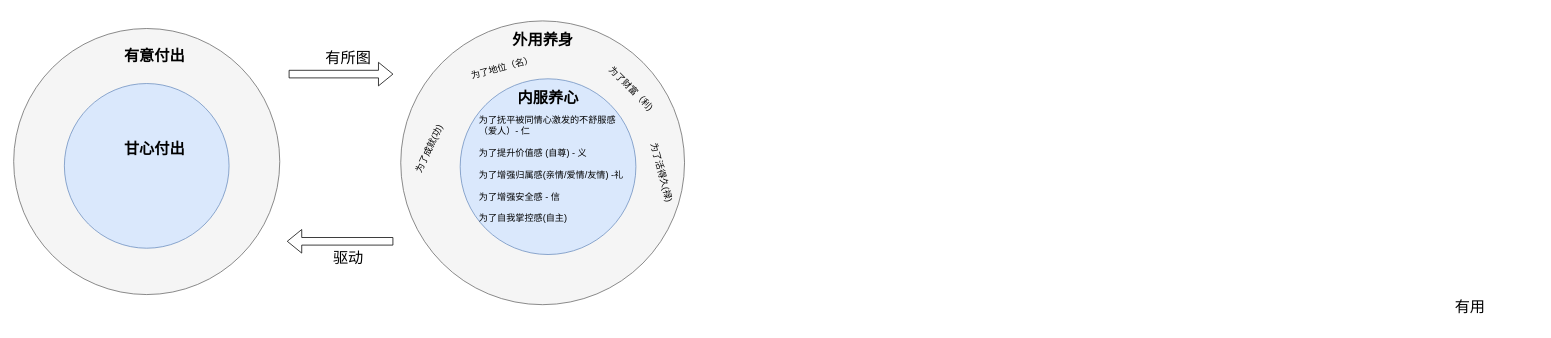
Earlier version of the draw.io diagram page "第 3 页" (3 of 3) of 十日谈.drawio (mashifei/uml). Source tidied: cells renumbered, new cells numbered last; positions are measured from the earlier drawing's top-left corner, leaving out a move shared by most shapes. Both pictures are drawn from the tidied source at 76%, with x=0, y=0 at pixel (13, 21).
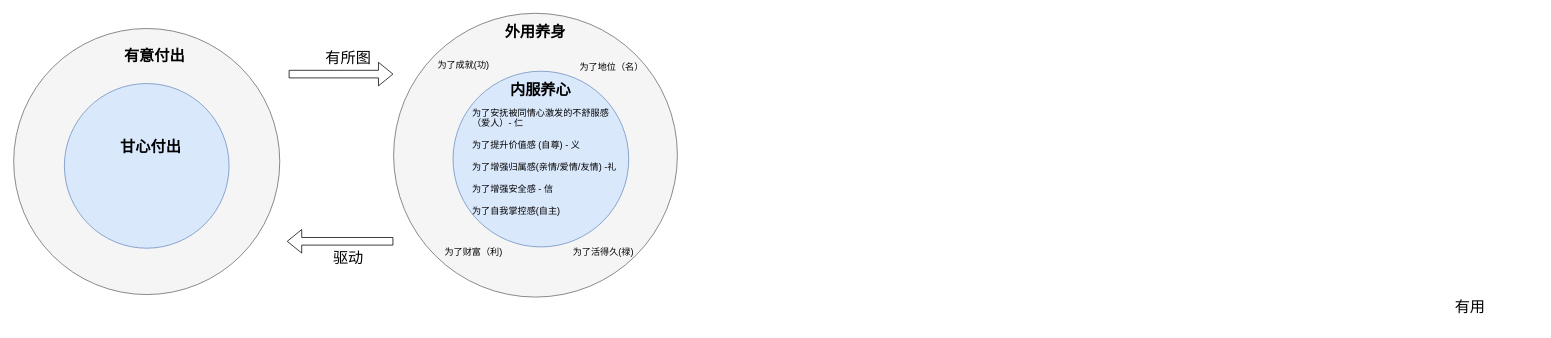
Above is the later version.

Unchanged cells that the change refers to:
```xml
<mxCell id="13" style="group;fontSize=19;" parent="1" vertex="1">
  <mxGeometry y="10" width="350.6" height="380" as="geometry" />
</mxCell>
```

What changed in the source:
```diff
@@
-    <mxCell id="3" style="group;" parent="1" vertex="1">
-      <mxGeometry x="502.4" width="417.6" height="400" as="geometry" />
+    <mxCell id="3" style="group;labelBorderColor=none;" parent="1" vertex="1">
+      <mxGeometry x="493" y="-10" width="417.6" height="400" as="geometry" />
     </mxCell>
@@
-    <mxCell id="8" value="&lt;br&gt;&lt;br&gt;为了抚平被同情心激发的不舒服感&lt;br&gt;（爱人）- 仁&lt;br&gt;&lt;br&gt;为了提升价值感 (自尊) - 义&lt;br&gt;&lt;br&gt;为了增强归属感(亲情/爱情/友情) -礼&lt;br&gt;&lt;br&gt;为了增强安全感 - 信&lt;br&gt;&lt;br&gt;为了自我掌控感(自主)&amp;nbsp;" style="text;html=1;strokeColor=none;fillColor=none;align=left;verticalAlign=middle;whiteSpace=wrap;rounded=0;strokeWidth=2;horizontal=1;spacingTop=5;spacing=4;spacingLeft=2;" parent="3" vertex="1">
+    <mxCell id="8" value="&lt;br&gt;&lt;br&gt;为了安抚被同情心激发的不舒服感&lt;br&gt;（爱人）- 仁&lt;br&gt;&lt;br&gt;为了提升价值感 (自尊) - 义&lt;br&gt;&lt;br&gt;为了增强归属感(亲情/爱情/友情) -礼&lt;br&gt;&lt;br&gt;为了增强安全感 - 信&lt;br&gt;&lt;br&gt;为了自我掌控感(自主)&amp;nbsp;" style="text;html=1;strokeColor=none;fillColor=none;align=left;verticalAlign=middle;whiteSpace=wrap;rounded=0;strokeWidth=2;horizontal=1;spacingTop=5;spacing=4;spacingLeft=2;" parent="3" vertex="1">
       <mxGeometry x="104.7" y="114.3" width="219.9" height="127.6" as="geometry" />
     </mxCell>
-    <mxCell id="9" value="为了成就(功)&amp;nbsp; &amp;nbsp; &amp;nbsp; &amp;nbsp; &amp;nbsp;" style="text;html=1;strokeColor=none;fillColor=none;align=center;verticalAlign=middle;whiteSpace=wrap;rounded=0;strokeWidth=2;horizontal=1;flipH=1;flipV=1;direction=east;rotation=-65;" parent="3" vertex="1">
-      <mxGeometry x="-2.3" y="123.8" width="107" height="61.4" as="geometry" />
+    <mxCell id="9" value="为了成就(功)&amp;nbsp; &amp;nbsp; &amp;nbsp; &amp;nbsp; &amp;nbsp;" style="text;html=1;strokeColor=none;fillColor=none;align=center;verticalAlign=middle;whiteSpace=wrap;rounded=0;strokeWidth=2;horizontal=1;flipH=1;flipV=1;direction=east;rotation=0;" parent="3" vertex="1">
+      <mxGeometry x="60.6" y="38.1" width="107" height="61.4" as="geometry" />
     </mxCell>
-    <mxCell id="10" value="为了地位（名）" style="text;html=1;strokeColor=none;fillColor=none;align=center;verticalAlign=middle;whiteSpace=wrap;rounded=0;strokeWidth=2;rotation=-15;" parent="3" vertex="1">
-      <mxGeometry x="77.6" y="47.6" width="127" height="28.6" as="geometry" />
+    <mxCell id="10" value="为了地位（名）" style="text;html=1;strokeColor=none;fillColor=none;align=center;verticalAlign=middle;whiteSpace=wrap;rounded=0;strokeWidth=2;rotation=0;" parent="3" vertex="1">
+      <mxGeometry x="230.6" y="57.1" width="127" height="28.6" as="geometry" />
     </mxCell>
-    <mxCell id="11" value="为了财富（利)&amp;nbsp;" style="text;html=1;strokeColor=none;fillColor=none;align=center;verticalAlign=middle;whiteSpace=wrap;rounded=0;strokeWidth=2;rotation=45;" parent="3" vertex="1">
-      <mxGeometry x="249" y="76.2" width="127" height="28.6" as="geometry" />
+    <mxCell id="11" value="为了财富（利)&amp;nbsp;" style="text;html=1;strokeColor=none;fillColor=none;align=center;verticalAlign=middle;whiteSpace=wrap;rounded=0;strokeWidth=2;rotation=0;" parent="3" vertex="1">
+      <mxGeometry x="50.6" y="300" width="127" height="28.6" as="geometry" />
     </mxCell>
-    <mxCell id="12" value="为了活得久(禄)" style="text;html=1;strokeColor=none;fillColor=none;align=center;verticalAlign=middle;whiteSpace=wrap;rounded=0;strokeWidth=2;rotation=75;" parent="3" vertex="1">
-      <mxGeometry x="287.6" y="185.3" width="127" height="28.6" as="geometry" />
+    <mxCell id="12" value="为了活得久(禄)" style="text;html=1;strokeColor=none;fillColor=none;align=center;verticalAlign=middle;whiteSpace=wrap;rounded=0;strokeWidth=2;rotation=0;" parent="3" vertex="1">
+      <mxGeometry x="220" y="300" width="127" height="28.6" as="geometry" />
     </mxCell>
@@
     <mxCell id="17" value="甘心付出" style="text;html=1;strokeColor=none;fillColor=none;align=center;verticalAlign=middle;whiteSpace=wrap;rounded=0;fontStyle=1;fontSize=20;" parent="13" vertex="1">
-      <mxGeometry x="135.8" y="144.8" width="99.5" height="27.1" as="geometry" />
+      <mxGeometry x="130.8" y="141" width="99.5" height="27.1" as="geometry" />
     </mxCell>
```
